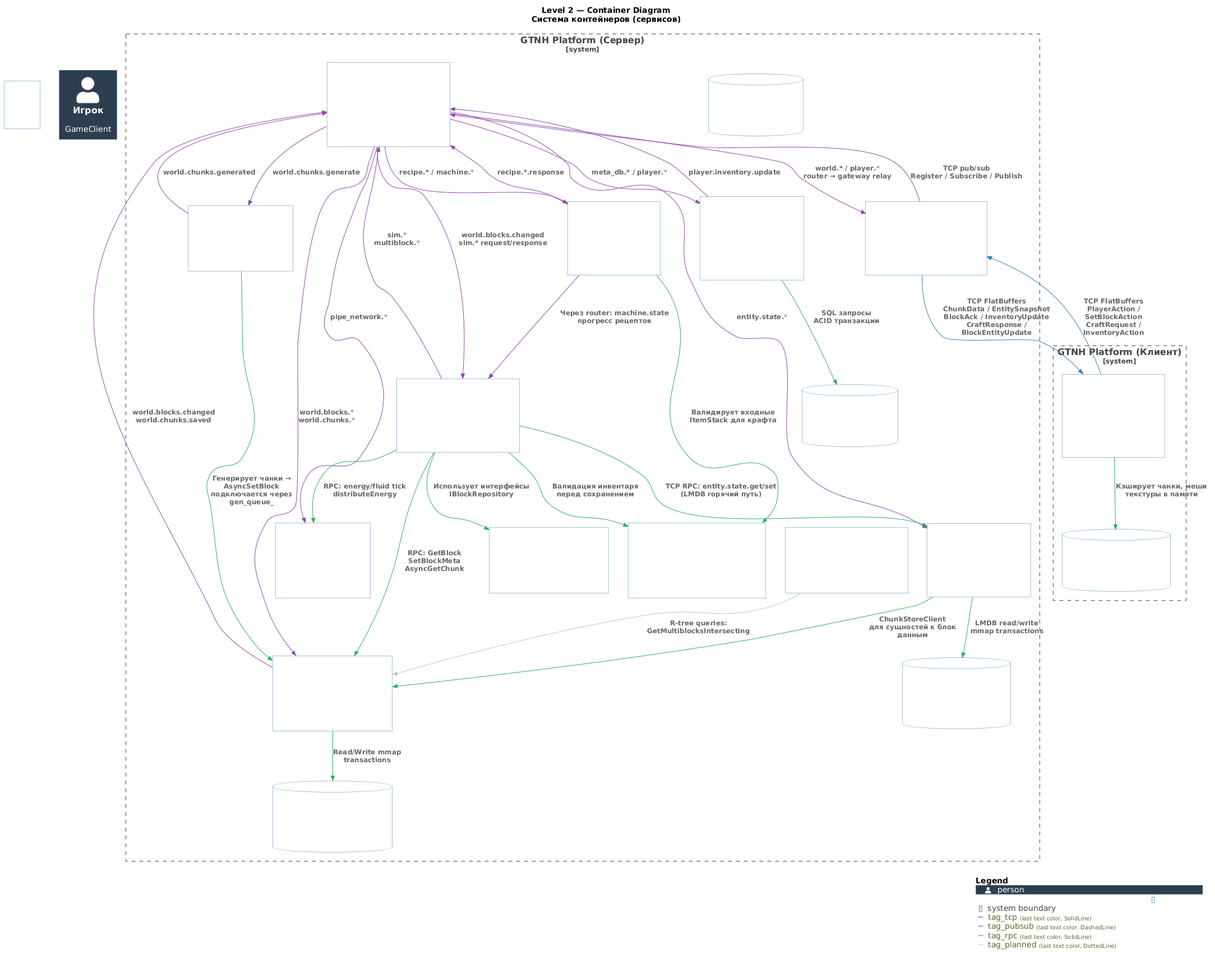
This is doc/c4/GTNH-Platform-Container-level2.png from lexasub/gtnh-platform, a PlantUML export, as it was before one commit.
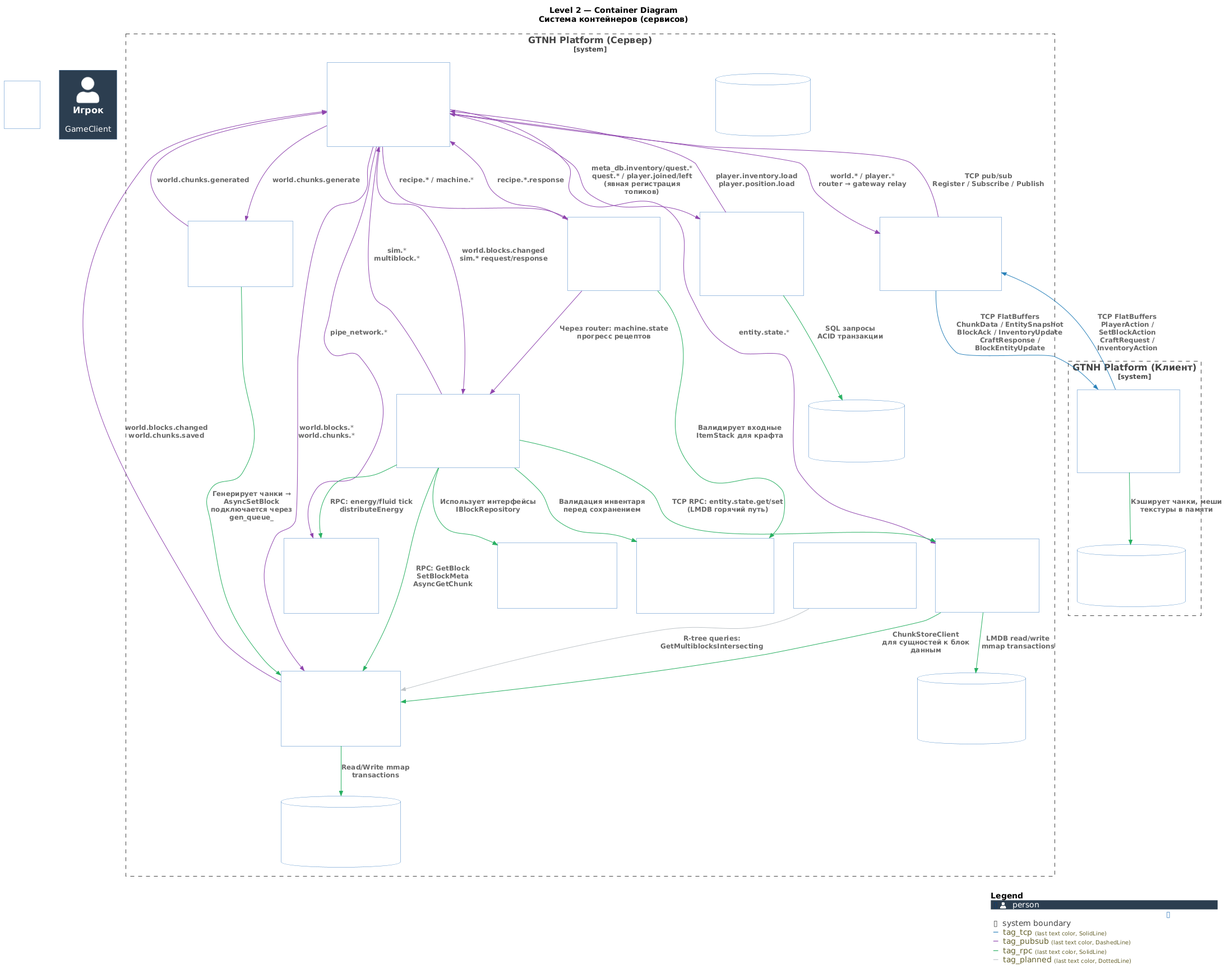
Later version of the same file.

The edit, as a diff of the source:
```diff
@@ -55,8 +55,8 @@
 Rel(chunkstore, router, "world.blocks.changed\nworld.chunks.saved", $tags="tag_pubsub")
 Rel(router, simcore, "world.blocks.changed\nsim.* request/response", $tags="tag_pubsub")
 Rel(simcore, router, "sim.*\nmultiblock.*", $tags="tag_pubsub")
-Rel(router, metadb, "meta_db.* / player.*", $tags="tag_pubsub")
-Rel(metadb, router, "player.inventory.update", $tags="tag_pubsub")
+Rel(router, metadb, "meta_db.inventory/quest.*\nquest.* / player.joined/left\n(явная регистрация топиков)", $tags="tag_pubsub")
+Rel(metadb, router, "player.inventory.load\nplayer.position.load", $tags="tag_pubsub")
 Rel(router, recipeman, "recipe.* / machine.*", $tags="tag_pubsub")
 Rel(recipeman, router, "recipe.*.response", $tags="tag_pubsub")
 Rel(router, pipenet, "pipe_network.*", $tags="tag_pubsub")
```
